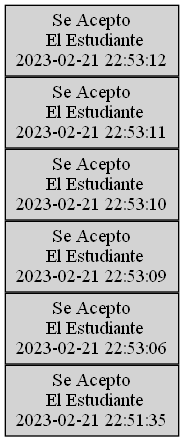
This is EDD_Proyecto1_Fase1/Reportes/PilaAdmin.png from walterjav19/EDD_1S2023_PY_202111718, a Graphviz export, as it was before one commit. Its source is kept beside it as EDD_Proyecto1_Fase1/Grafics/PilaAdmin.dot.
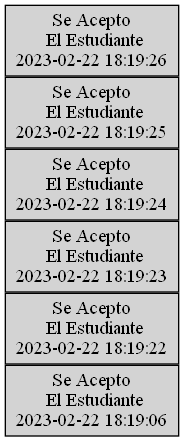
After the commit.

Change to the diagram source:
```diff
@@ -4,20 +4,20 @@
 nodesep=0;
 n0 [label="Se Acepto
  El Estudiante
-2023-02-21 22:51:35"];
+2023-02-22 18:19:06"];
 n1 [label="Se Acepto
  El Estudiante
-2023-02-21 22:53:06"];
+2023-02-22 18:19:22"];
 n2 [label="Se Acepto
  El Estudiante
-2023-02-21 22:53:09"];
+2023-02-22 18:19:23"];
 n3 [label="Se Acepto
  El Estudiante
-2023-02-21 22:53:10"];
+2023-02-22 18:19:24"];
 n4 [label="Se Acepto
  El Estudiante
-2023-02-21 22:53:11"];
+2023-02-22 18:19:25"];
 n5 [label="Se Acepto
  El Estudiante
-2023-02-21 22:53:12"];
+2023-02-22 18:19:26"];
 }
```
